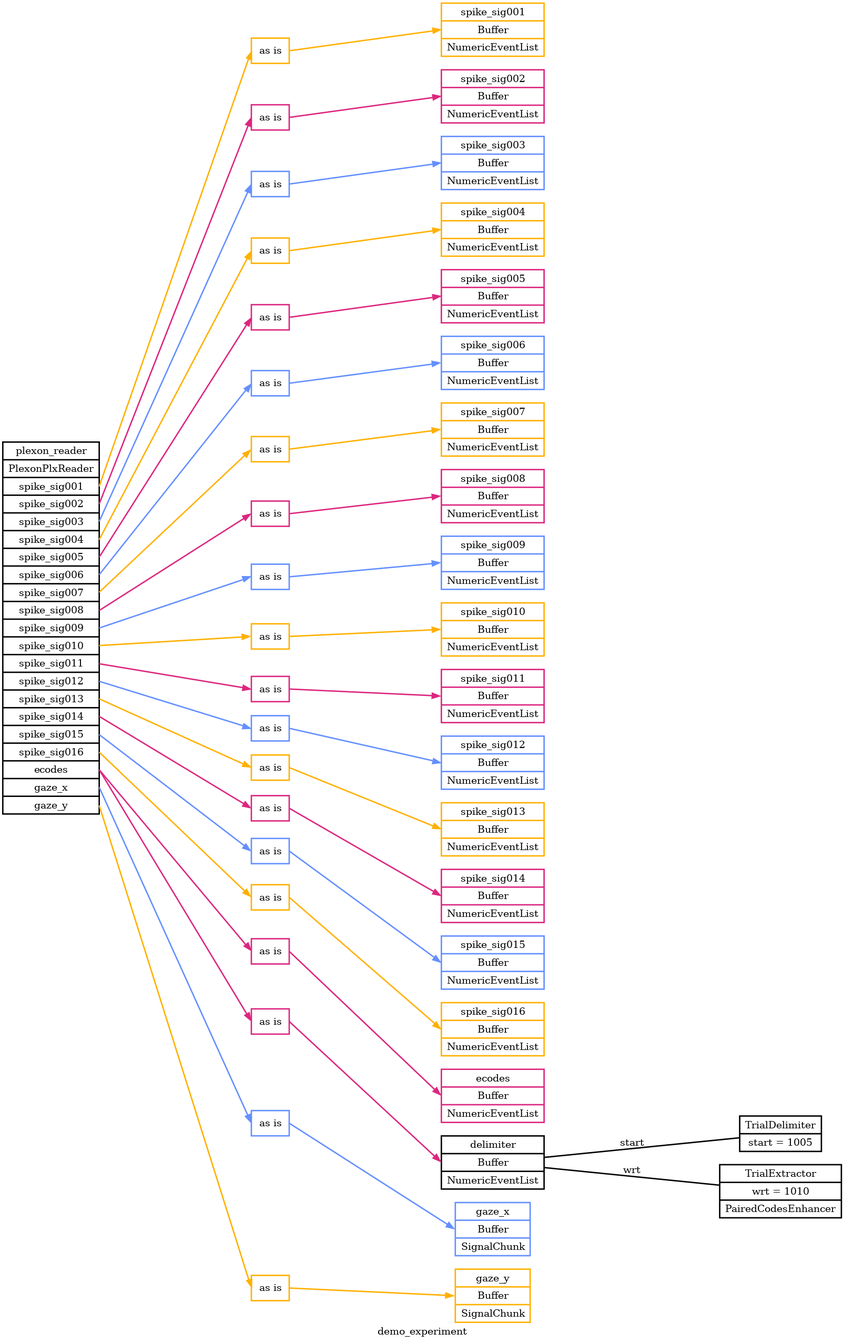
benjamin-heasly/gold-lab-nwb-conversions keeps this Graphviz diagram as pyramid/docs/plexon-demo/demo_experiment.png. Above is the earlier version. Its source is kept beside it as pyramid/docs/plexon-demo/demo_experiment.dot.
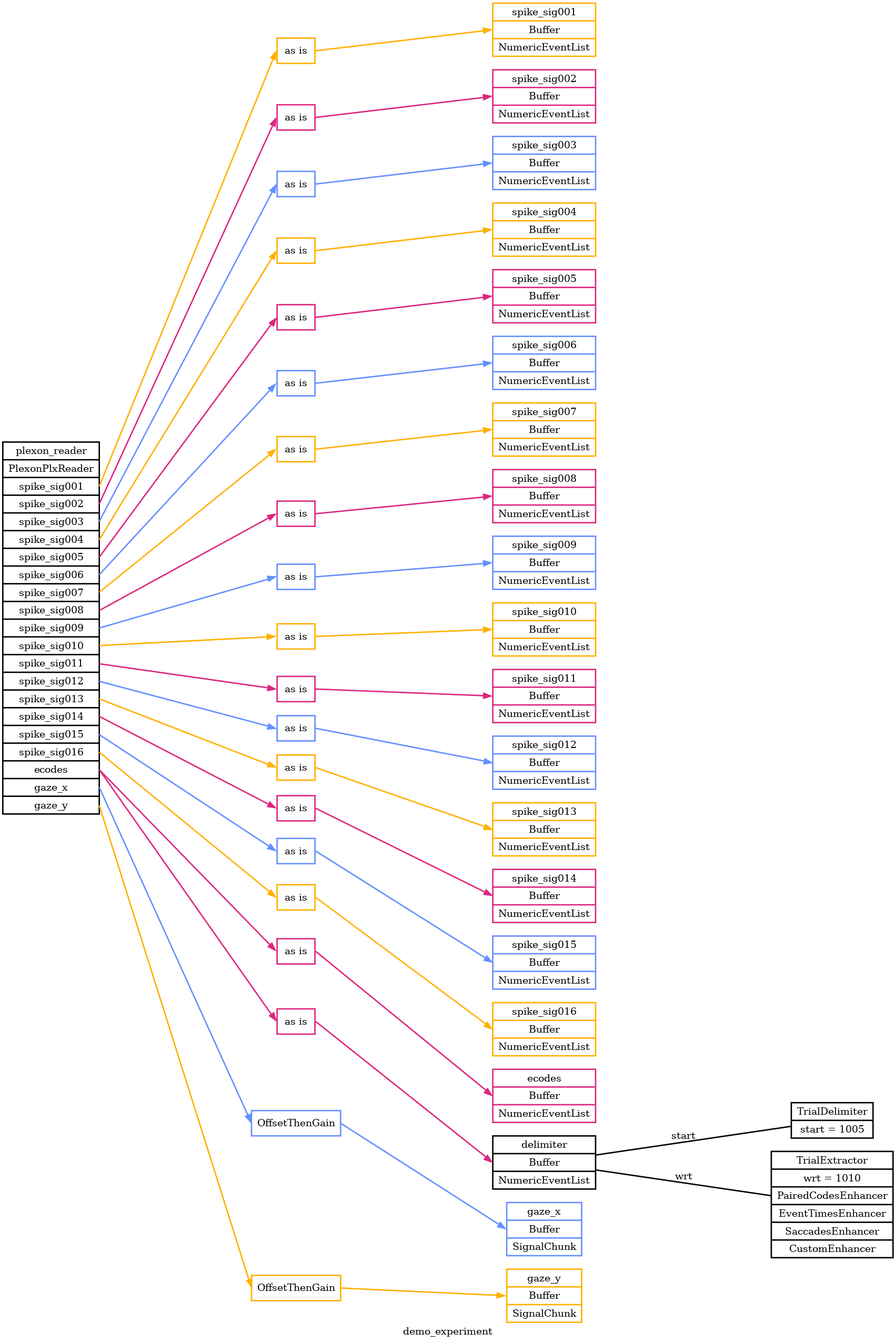
After the change.

The edit, as a diff of the source:
```diff
@@ -74,10 +74,10 @@
 	plexon_reader_route_16 [label="as is" color="#DC267F" shape=record]
 	plexon_reader:ecodes:e -> plexon_reader_route_16:w [color="#DC267F"]
 	plexon_reader_route_16:e -> ecodes:w [color="#DC267F"]
-	plexon_reader_route_17 [label="as is" color="#648FFF" shape=record]
+	plexon_reader_route_17 [label=OffsetThenGain color="#648FFF" shape=record]
 	plexon_reader:gaze_x:e -> plexon_reader_route_17:w [color="#648FFF"]
 	plexon_reader_route_17:e -> gaze_x:w [color="#648FFF"]
-	plexon_reader_route_18 [label="as is" color="#FFB000" shape=record]
+	plexon_reader_route_18 [label=OffsetThenGain color="#FFB000" shape=record]
 	plexon_reader:gaze_y:e -> plexon_reader_route_18:w [color="#FFB000"]
 	plexon_reader_route_18:e -> gaze_y:w [color="#FFB000"]
 	plexon_reader_route_19 [label="as is" color="#DC267F" shape=record]
@@ -85,6 +85,6 @@
 	plexon_reader_route_19:e -> delimiter:w [color="#DC267F"]
 	trial_delimiter [label="TrialDelimiter|start = 1005" shape=record]
 	delimiter -> trial_delimiter [label=start arrowhead=none arrowtail=none]
-	trial_extractor [label="TrialExtractor|wrt = 1010|PairedCodesEnhancer" shape=record]
+	trial_extractor [label="TrialExtractor|wrt = 1010|PairedCodesEnhancer|EventTimesEnhancer|SaccadesEnhancer|CustomEnhancer" shape=record]
 	delimiter -> trial_extractor [label=wrt arrowhead=none arrowtail=none]
 }
```
